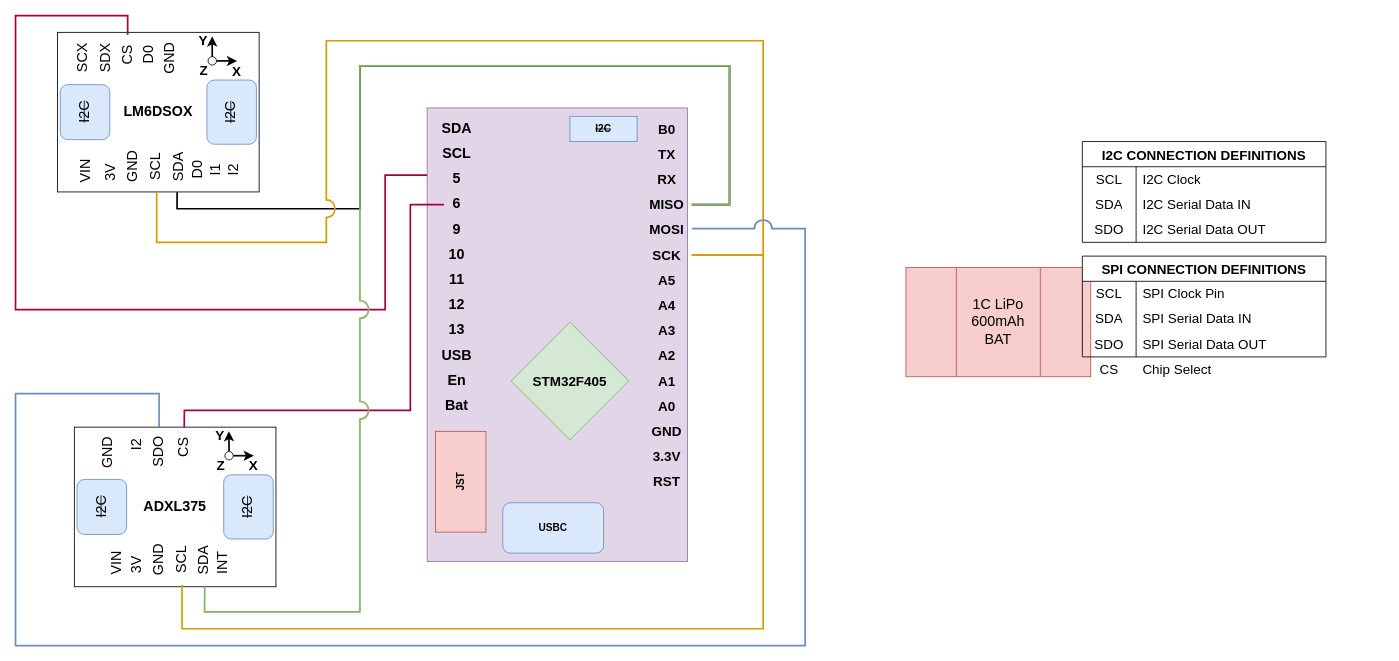
Earlier version of the draw.io diagram wiringdiagram.drawio (ceugomez/wiigls). Source tidied: cells renumbered, new cells numbered last; positions are measured from the earlier drawing's top-left corner, leaving out a move shared by most shapes. Both pictures are drawn from the tidied source at 84%, with x=0, y=0 at pixel (15, 15).
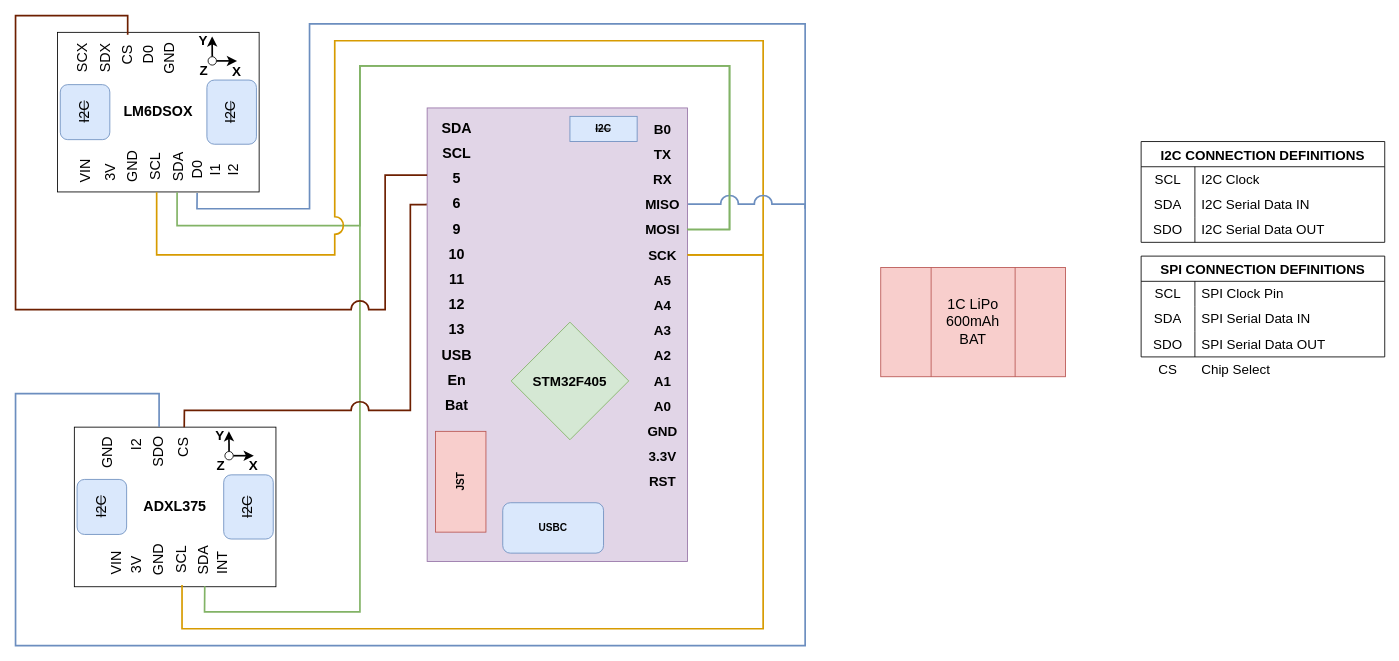
Above is the later version.

The change refers to these unchanged cells:
```xml
<mxCell id="9" value="SDA" style="text;html=1;align=center;verticalAlign=middle;points=[];strokeColor=none;fillColor=none;fontSize=17;rotation=-90;" parent="3" vertex="1">
  <mxGeometry x="125.5" y="144.4" width="60" height="30" as="geometry" />
</mxCell>
<mxCell id="12" value="SDO" style="text;html=1;align=center;verticalAlign=middle;points=[];strokeColor=none;fillColor=none;fontSize=17;rotation=-90;" parent="3" vertex="1">
  <mxGeometry x="70.9" y="14.9" width="60" height="30" as="geometry" />
</mxCell>
<mxCell id="13" value="CS" style="text;html=1;align=center;verticalAlign=middle;points=[];strokeColor=none;fillColor=none;fontSize=17;rotation=-90;" parent="3" vertex="1">
  <mxGeometry x="105.6" y="10" width="50" height="30" as="geometry" />
</mxCell>
<mxCell id="51" value="SCL" style="text;html=1;align=center;verticalAlign=middle;points=[];strokeColor=none;fillColor=none;fontSize=17;rotation=-90;" parent="45" vertex="1">
  <mxGeometry x="88" y="145.4" width="60" height="30" as="geometry" />
</mxCell>
<mxCell id="52" value="SDA" style="text;html=1;align=center;verticalAlign=middle;points=[];strokeColor=none;fillColor=none;fontSize=17;rotation=-90;" parent="45" vertex="1">
  <mxGeometry x="115.3" y="145.4" width="60" height="30" as="geometry" />
</mxCell>
<mxCell id="53" value="D0" style="text;html=1;align=center;verticalAlign=middle;points=[];strokeColor=none;fillColor=none;fontSize=17;rotation=-90;" parent="45" vertex="1">
  <mxGeometry x="142.6" y="149.4" width="50" height="30" as="geometry" />
</mxCell>
<mxCell id="56" value="CS" style="text;html=1;align=center;verticalAlign=middle;points=[];strokeColor=none;fillColor=none;fontSize=17;rotation=-90;" parent="45" vertex="1">
  <mxGeometry x="58.5" y="12.9" width="50" height="30" as="geometry" />
</mxCell>
<mxCell id="68" style="group;" parent="1" vertex="1">
  <mxGeometry x="490" y="110" width="315" height="540" as="geometry" />
</mxCell>
<mxCell id="69" style="rounded=0;whiteSpace=wrap;html=1;rotation=-90;fillColor=#e1d5e7;strokeColor=#9673a6;" parent="68" vertex="1">
  <mxGeometry x="-115" y="115" width="540" height="310" as="geometry" />
</mxCell>
<mxCell id="72" value="6" style="text;html=1;align=center;verticalAlign=middle;points=[];strokeColor=none;fillColor=none;fontStyle=1;fontSize=17;" parent="68" vertex="1">
  <mxGeometry x="20" y="100" width="30" height="30" as="geometry" />
</mxCell>
```

The edit, as a diff of the source:
```diff
@@
     <mxCell id="2" value="1C LiPo 600mAh&lt;br&gt;BAT" style="shape=process;whiteSpace=wrap;html=1;backgroundOutline=1;strokeColor=#b85450;fontSize=17;fillColor=#f8cecc;size=0.2727272727272727;" parent="1" vertex="1">
-      <mxGeometry x="1060" y="300" width="220" height="130" as="geometry" />
+      <mxGeometry x="1030" y="300" width="220" height="130" as="geometry" />
     </mxCell>
@@
     <mxCell id="23" value="I2C CONNECTION DEFINITIONS" style="shape=table;startSize=30;childLayout=tableLayout;rowLines=0;fontStyle=1;strokeColor=default;fontSize=16;" parent="1" vertex="1">
-      <mxGeometry x="1270" y="150" width="290" height="120" as="geometry" />
+      <mxGeometry x="1340" y="150" width="290" height="120" as="geometry" />
     </mxCell>
@@
     <mxCell id="33" value="SPI CONNECTION DEFINITIONS" style="shape=table;startSize=30;childLayout=tableLayout;rowLines=0;fontStyle=1;strokeColor=default;fontSize=16;" parent="1" vertex="1">
-      <mxGeometry x="1270" y="286.4" width="290" height="120" as="geometry" />
+      <mxGeometry x="1340" y="286.4" width="290" height="120" as="geometry" />
     </mxCell>
@@
     <mxCell id="43" value="CS" style="shape=partialRectangle;html=1;whiteSpace=wrap;fillColor=none;top=0;left=0;bottom=0;right=0;overflow=hidden;strokeColor=default;fontSize=16;" parent="1" vertex="1">
-      <mxGeometry x="1270" y="406.4" width="64" height="30" as="geometry" />
+      <mxGeometry x="1340" y="406.4" width="64" height="30" as="geometry" />
     </mxCell>
     <mxCell id="44" value="Chip Select" style="shape=partialRectangle;html=1;whiteSpace=wrap;fillColor=none;top=0;left=0;bottom=0;right=0;align=left;spacingLeft=6;overflow=hidden;strokeColor=default;fontSize=16;" parent="1" vertex="1">
-      <mxGeometry x="1334" y="406.4" width="226" height="30" as="geometry" />
+      <mxGeometry x="1404" y="406.4" width="226" height="30" as="geometry" />
     </mxCell>
@@
     <mxCell id="82" value="TX" style="text;html=1;align=center;verticalAlign=middle;strokeColor=none;fillColor=none;fontStyle=1;fontSize=16;" parent="68" vertex="1">
-      <mxGeometry x="265" y="40" width="40" height="30" as="geometry" />
+      <mxGeometry x="260" y="40" width="40" height="30" as="geometry" />
     </mxCell>
     <mxCell id="83" value="RX" style="text;html=1;align=center;verticalAlign=middle;strokeColor=none;fillColor=none;fontStyle=1;fontSize=16;" parent="68" vertex="1">
-      <mxGeometry x="260" y="70" width="50" height="30" as="geometry" />
+      <mxGeometry x="255" y="70" width="50" height="30" as="geometry" />
     </mxCell>
     <mxCell id="84" value="MISO" style="text;html=1;align=center;verticalAlign=middle;points=[];strokeColor=none;fillColor=none;fontStyle=1;fontSize=16;" parent="68" vertex="1">
-      <mxGeometry x="255" y="100" width="60" height="30" as="geometry" />
+      <mxGeometry x="250" y="100" width="60" height="30" as="geometry" />
     </mxCell>
     <mxCell id="85" value="SCK" style="text;html=1;align=center;verticalAlign=middle;points=[];strokeColor=none;fillColor=none;fontStyle=1;fontSize=16;" parent="68" vertex="1">
-      <mxGeometry x="255" y="160" width="60" height="30" as="geometry" />
+      <mxGeometry x="250" y="160" width="60" height="30" as="geometry" />
     </mxCell>
     <mxCell id="86" value="B0" style="text;html=1;align=center;verticalAlign=middle;strokeColor=none;fillColor=none;fontStyle=1;fontSize=16;" parent="68" vertex="1">
-      <mxGeometry x="265" y="10" width="40" height="30" as="geometry" />
+      <mxGeometry x="260" y="10" width="40" height="30" as="geometry" />
     </mxCell>
     <mxCell id="87" value="RST" style="text;html=1;align=center;verticalAlign=middle;strokeColor=none;fillColor=none;fontStyle=1;fontSize=16;" parent="68" vertex="1">
-      <mxGeometry x="255" y="430" width="60" height="30" as="geometry" />
+      <mxGeometry x="250" y="430" width="60" height="30" as="geometry" />
     </mxCell>
     <mxCell id="88" value="3.3V" style="text;html=1;align=center;verticalAlign=middle;strokeColor=none;fillColor=none;fontStyle=1;fontSize=16;" parent="68" vertex="1">
-      <mxGeometry x="255" y="400" width="60" height="30" as="geometry" />
+      <mxGeometry x="250" y="400" width="60" height="30" as="geometry" />
     </mxCell>
     <mxCell id="89" value="GND" style="text;html=1;align=center;verticalAlign=middle;strokeColor=none;fillColor=none;fontStyle=1;fontSize=16;" parent="68" vertex="1">
-      <mxGeometry x="255" y="370" width="60" height="30" as="geometry" />
+      <mxGeometry x="250" y="370" width="60" height="30" as="geometry" />
     </mxCell>
     <mxCell id="90" value="A0" style="text;html=1;align=center;verticalAlign=middle;strokeColor=none;fillColor=none;fontStyle=1;fontSize=16;" parent="68" vertex="1">
-      <mxGeometry x="265" y="340" width="40" height="30" as="geometry" />
+      <mxGeometry x="260" y="340" width="40" height="30" as="geometry" />
     </mxCell>
     <mxCell id="91" value="A1" style="text;html=1;align=center;verticalAlign=middle;strokeColor=none;fillColor=none;fontStyle=1;fontSize=16;" parent="68" vertex="1">
-      <mxGeometry x="265" y="310" width="40" height="30" as="geometry" />
+      <mxGeometry x="260" y="310" width="40" height="30" as="geometry" />
     </mxCell>
     <mxCell id="92" value="A2" style="text;html=1;align=center;verticalAlign=middle;strokeColor=none;fillColor=none;fontStyle=1;fontSize=16;" parent="68" vertex="1">
-      <mxGeometry x="265" y="280" width="40" height="30" as="geometry" />
+      <mxGeometry x="260" y="280" width="40" height="30" as="geometry" />
     </mxCell>
     <mxCell id="93" value="A3" style="text;html=1;align=center;verticalAlign=middle;strokeColor=none;fillColor=none;fontStyle=1;fontSize=16;" parent="68" vertex="1">
-      <mxGeometry x="265" y="250" width="40" height="30" as="geometry" />
+      <mxGeometry x="260" y="250" width="40" height="30" as="geometry" />
     </mxCell>
     <mxCell id="94" value="A4" style="text;html=1;align=center;verticalAlign=middle;strokeColor=none;fillColor=none;fontStyle=1;fontSize=16;" parent="68" vertex="1">
-      <mxGeometry x="265" y="220" width="40" height="30" as="geometry" />
+      <mxGeometry x="260" y="220" width="40" height="30" as="geometry" />
     </mxCell>
     <mxCell id="95" value="A5" style="text;html=1;align=center;verticalAlign=middle;strokeColor=none;fillColor=none;fontStyle=1;fontSize=16;" parent="68" vertex="1">
-      <mxGeometry x="265" y="190" width="40" height="30" as="geometry" />
+      <mxGeometry x="260" y="190" width="40" height="30" as="geometry" />
     </mxCell>
     <mxCell id="96" value="MOSI" style="text;html=1;align=center;verticalAlign=middle;points=[];strokeColor=none;fillColor=none;fontStyle=1;fontSize=16;" parent="68" vertex="1">
-      <mxGeometry x="255" y="130" width="60" height="30" as="geometry" />
+      <mxGeometry x="250" y="130" width="60" height="30" as="geometry" />
     </mxCell>
@@
-    <mxCell id="101" style="edgeStyle=orthogonalEdgeStyle;rounded=0;jumpStyle=arc;jumpSize=19;jettySize=auto;html=1;entryX=0.001;entryY=0.401;entryDx=0;entryDy=0;strokeWidth=2;fontSize=16;endArrow=none;endFill=0;entryPerimeter=0;" parent="1" edge="1" source="84" target="52">
+    <mxCell id="101" style="edgeStyle=orthogonalEdgeStyle;rounded=0;jumpStyle=arc;jumpSize=19;jettySize=auto;html=1;entryX=0.001;entryY=0.401;entryDx=0;entryDy=0;strokeWidth=2;fontSize=16;endArrow=none;endFill=0;entryPerimeter=0;fillColor=#d5e8d4;strokeColor=#82b366;exitX=0.989;exitY=0.481;exitDx=0;exitDy=0;exitPerimeter=0;" parent="1" edge="1" source="96" target="52">
       <mxGeometry relative="1" as="geometry">
         <Array as="points">
-          <mxPoint x="850" y="225" />
+          <mxPoint x="850" y="254" />
           <mxPoint x="850" y="60" />
           <mxPoint x="410" y="60" />
-          <mxPoint x="410" y="230" />
-          <mxPoint x="192" y="230" />
+          <mxPoint x="410" y="250" />
+          <mxPoint x="192" y="250" />
         </Array>
       </mxGeometry>
     </mxCell>
     <mxCell id="102" style="edgeStyle=orthogonalEdgeStyle;rounded=0;jumpStyle=arc;jumpSize=19;jettySize=auto;html=1;strokeWidth=2;fontSize=16;endArrow=none;endFill=0;fillColor=#ffe6cc;strokeColor=#d79b00;" parent="1" edge="1" source="51" target="85">
       <mxGeometry relative="1" as="geometry">
         <Array as="points">
-          <mxPoint x="168" y="270" />
-          <mxPoint x="370" y="270" />
-          <mxPoint x="370" y="30" />
+          <mxPoint x="168" y="285" />
+          <mxPoint x="380" y="285" />
+          <mxPoint x="380" y="30" />
           <mxPoint x="890" y="30" />
           <mxPoint x="890" y="285" />
         </Array>
       </mxGeometry>
     </mxCell>
-    <mxCell id="103" style="edgeStyle=orthogonalEdgeStyle;rounded=0;jumpStyle=arc;jumpSize=19;jettySize=auto;html=1;entryX=0.852;entryY=0;entryDx=0;entryDy=0;entryPerimeter=0;strokeWidth=2;fontSize=16;endArrow=none;endFill=0;fillColor=#d80073;strokeColor=#A50040;" parent="1" edge="1" source="56" target="69">
-      <mxGeometry relative="1" as="geometry">
-        <Array as="points">
-          <mxPoint x="134" />
-          <mxPoint />
-          <mxPoint y="350" />
-          <mxPoint x="440" y="350" />
-          <mxPoint x="440" y="190" />
-        </Array>
-      </mxGeometry>
-    </mxCell>
-    <mxCell id="104" style="edgeStyle=orthogonalEdgeStyle;rounded=0;jumpStyle=arc;jumpSize=19;jettySize=auto;html=1;strokeWidth=2;fontSize=16;endArrow=none;endFill=0;fillColor=#d80073;strokeColor=#A50040;" parent="1" edge="1" source="72" target="13">
-      <mxGeometry relative="1" as="geometry">
-        <Array as="points">
-          <mxPoint x="470" y="225" />
-          <mxPoint x="470" y="470" />
-          <mxPoint x="201" y="470" />
-        </Array>
-      </mxGeometry>
-    </mxCell>
-    <mxCell id="105" style="edgeStyle=orthogonalEdgeStyle;rounded=0;jumpStyle=arc;jumpSize=19;jettySize=auto;html=1;entryX=1.003;entryY=0.457;entryDx=0;entryDy=0;entryPerimeter=0;strokeWidth=2;fontSize=16;endArrow=none;endFill=0;fillColor=#dae8fc;strokeColor=#6c8ebf;" parent="1" edge="1" source="12" target="96">
+    <mxCell id="105" style="edgeStyle=orthogonalEdgeStyle;rounded=0;jumpStyle=arc;jumpSize=19;jettySize=auto;html=1;strokeWidth=2;fontSize=16;endArrow=none;endFill=0;fillColor=#dae8fc;strokeColor=#6c8ebf;entryX=1.011;entryY=0.483;entryDx=0;entryDy=0;entryPerimeter=0;" parent="1" edge="1" source="12" target="84">
       <mxGeometry relative="1" as="geometry">
         <Array as="points">
           <mxPoint x="171" y="450" />
           <mxPoint y="450" />
           <mxPoint y="750" />
           <mxPoint x="940" y="750" />
-          <mxPoint x="940" y="254" />
+          <mxPoint x="940" y="225" />
+          <mxPoint x="801" y="225" />
         </Array>
       </mxGeometry>
     </mxCell>
@@
-    <mxCell id="107" style="edgeStyle=orthogonalEdgeStyle;rounded=0;jumpStyle=arc;jumpSize=19;jettySize=auto;html=1;strokeWidth=2;fontSize=16;endArrow=none;endFill=0;fillColor=#d5e8d4;strokeColor=#82b366;" parent="1" edge="1" source="84" target="9">
+    <mxCell id="107" style="edgeStyle=orthogonalEdgeStyle;rounded=0;jumpStyle=none;jumpSize=19;jettySize=auto;html=1;strokeWidth=2;fontSize=16;endArrow=none;endFill=0;fillColor=#d5e8d4;strokeColor=#82b366;" parent="1" edge="1" source="96" target="9">
       <mxGeometry relative="1" as="geometry">
         <Array as="points">
-          <mxPoint x="850" y="225" />
+          <mxPoint x="850" y="255" />
           <mxPoint x="850" y="60" />
           <mxPoint x="410" y="60" />
           <mxPoint x="410" y="710" />
           <mxPoint x="225" y="710" />
         </Array>
       </mxGeometry>
     </mxCell>
+    <mxCell id="108" style="endArrow=none;html=1;rounded=0;strokeWidth=2;fontSize=16;jumpStyle=arc;jumpSize=19;fillColor=#dae8fc;strokeColor=#6c8ebf;entryX=-0.035;entryY=0.453;entryDx=0;entryDy=0;entryPerimeter=0;" parent="1" edge="1" target="53">
+      <mxGeometry relative="1" as="geometry">
+        <mxPoint x="940" y="230" as="sourcePoint" />
+        <Array as="points">
+          <mxPoint x="940" y="10" />
+          <mxPoint x="350" y="10" />
+          <mxPoint x="350" y="230" />
+          <mxPoint x="290" y="230" />
+          <mxPoint x="216" y="230" />
+        </Array>
+      </mxGeometry>
+    </mxCell>
+    <mxCell id="103" style="edgeStyle=orthogonalEdgeStyle;rounded=0;jumpStyle=arc;jumpSize=19;jettySize=auto;html=1;strokeWidth=2;fontSize=16;endArrow=none;endFill=0;fillColor=#a0522d;strokeColor=#6D1F00;" parent="1" edge="1" source="56">
+      <mxGeometry relative="1" as="geometry">
+        <mxPoint x="490" y="190" as="targetPoint" />
+        <Array as="points">
+          <mxPoint x="133" />
+          <mxPoint />
+          <mxPoint y="350" />
+          <mxPoint x="440" y="350" />
+          <mxPoint x="440" y="190" />
+        </Array>
+      </mxGeometry>
+    </mxCell>
+    <mxCell id="104" style="edgeStyle=orthogonalEdgeStyle;rounded=0;jumpStyle=arc;jumpSize=19;jettySize=auto;html=1;strokeWidth=2;fontSize=16;endArrow=none;endFill=0;fillColor=#a0522d;strokeColor=#6D1F00;exitX=0.789;exitY=-0.005;exitDx=0;exitDy=0;exitPerimeter=0;" parent="1" edge="1" source="69" target="13">
+      <mxGeometry relative="1" as="geometry">
+        <Array as="points">
+          <mxPoint x="488" y="225" />
+          <mxPoint x="470" y="225" />
+          <mxPoint x="470" y="470" />
+          <mxPoint x="201" y="470" />
+        </Array>
+      </mxGeometry>
+    </mxCell>
```
